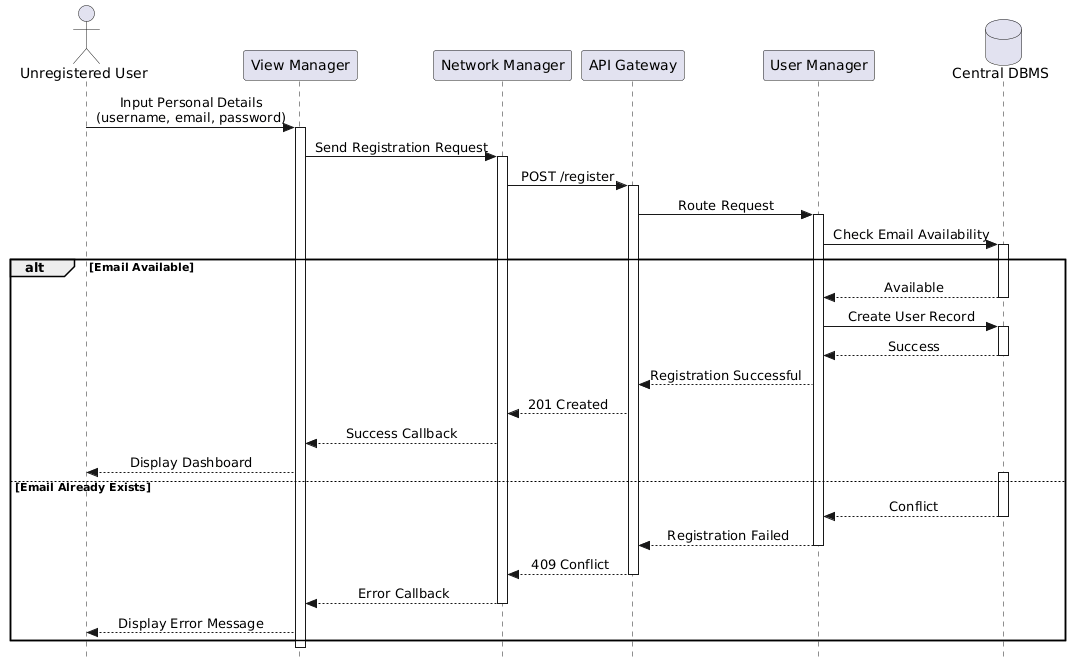
Above: DD/img/section2/rv/rv1.png in WeridFire/MarettiMartini (PlantUML), before the change. Its diagram source:
```plantuml
@startuml
skinparam style strictuml
skinparam sequenceMessageAlign center

actor "Unregistered User" as User
participant "View Manager" as VM
participant "Network Manager" as NM
participant "API Gateway" as GW
participant "User Manager" as UM
database "Central DBMS" as DB

User -> VM : Input Personal Details\n(username, email, password)
activate VM

VM -> NM : Send Registration Request
activate NM

NM -> GW : POST /register
activate GW

GW -> UM : Route Request
activate UM

UM -> DB : Check Email Availability
activate DB
alt Email Available
    DB --> UM : Available
    deactivate DB

    UM -> DB : Create User Record
    activate DB
    DB --> UM : Success
    deactivate DB

    UM --> GW : Registration Successful
    GW --> NM : 201 Created
    NM --> VM : Success Callback
    VM --> User : Display Dashboard
else Email Already Exists
    activate DB
    DB --> UM : Conflict
    deactivate DB

    UM --> GW : Registration Failed
    deactivate UM
    GW --> NM : 409 Conflict
    deactivate GW
    NM --> VM : Error Callback
    deactivate NM
    VM --> User : Display Error Message
end

deactivate VM
@enduml
```
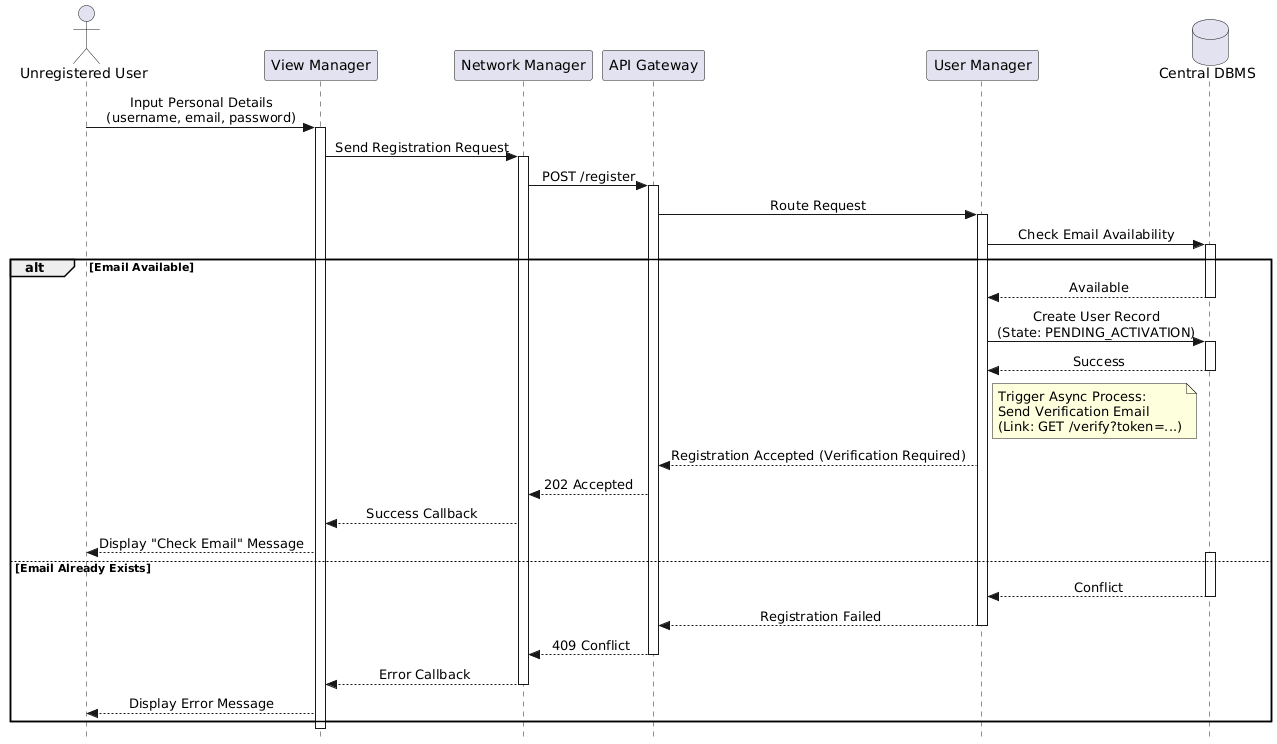
The same diagram one commit later.

Change to the diagram source:
```diff
@@ -27,15 +27,22 @@
     DB --> UM : Available
     deactivate DB
 
-    UM -> DB : Create User Record
+    UM -> DB : Create User Record\n(State: PENDING_ACTIVATION)
     activate DB
     DB --> UM : Success
     deactivate DB
 
-    UM --> GW : Registration Successful
-    GW --> NM : 201 Created
+    note right of UM
+        Trigger Async Process:
+        Send Verification Email
+        (Link: GET /verify?token=...)
+    end note
+
+    UM --> GW : Registration Accepted (Verification Required)
+    GW --> NM : 202 Accepted
     NM --> VM : Success Callback
-    VM --> User : Display Dashboard
+
+    VM --> User : Display "Check Email" Message
 else Email Already Exists
     activate DB
     DB --> UM : Conflict
```
